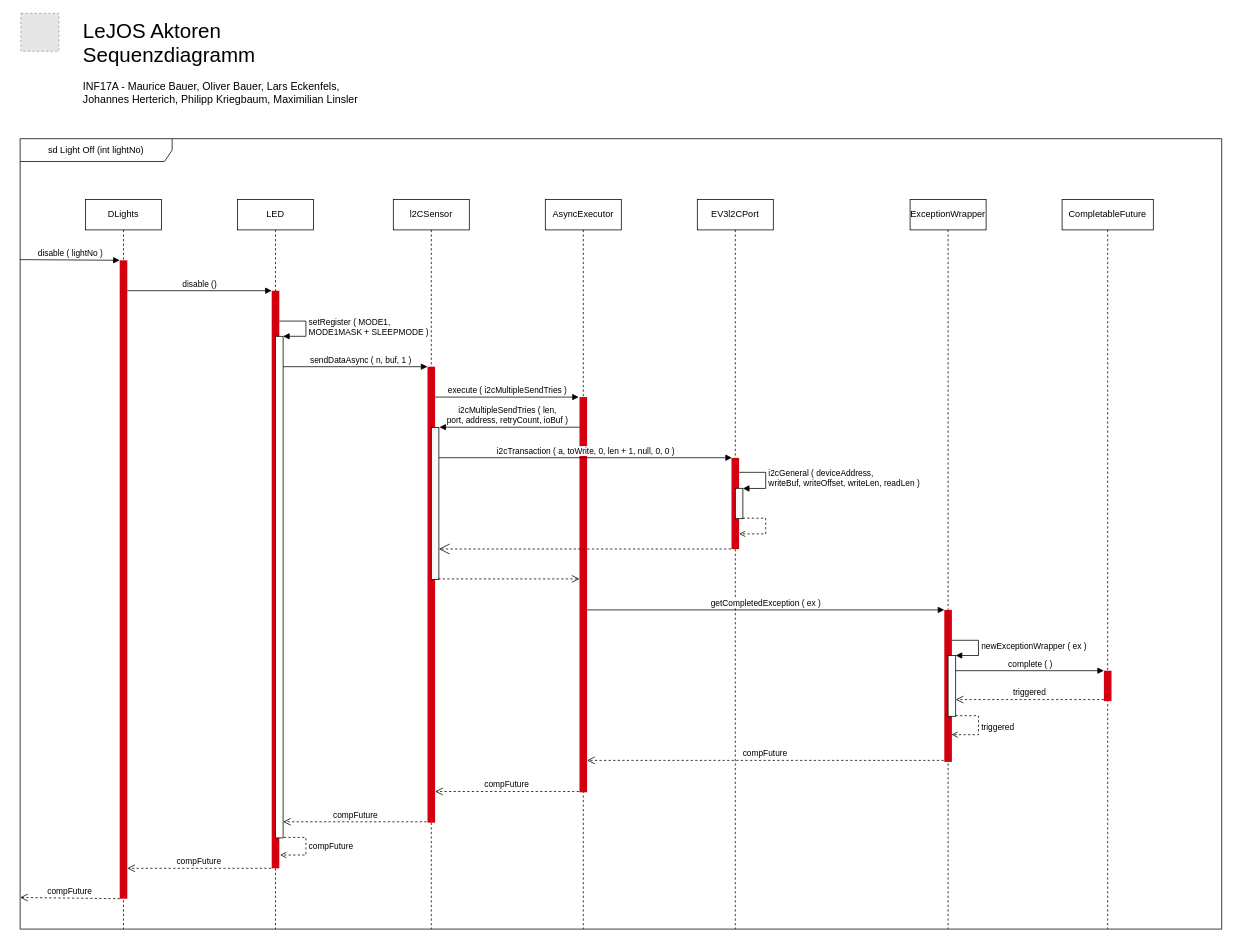
Above: diagrams/sd_Licht_aus.drawio in herterjo/lejos-ev3 (draw.io), before the change. Source tidied: cells renumbered, new cells numbered last; positions are measured from the earlier drawing's top-left corner, leaving out a move shared by most shapes. Both pictures are drawn from the tidied source at 76%, with x=0, y=0 at pixel (20, 13). Pictures stored in the file or linked from it are replaced by grey dashed boxes.
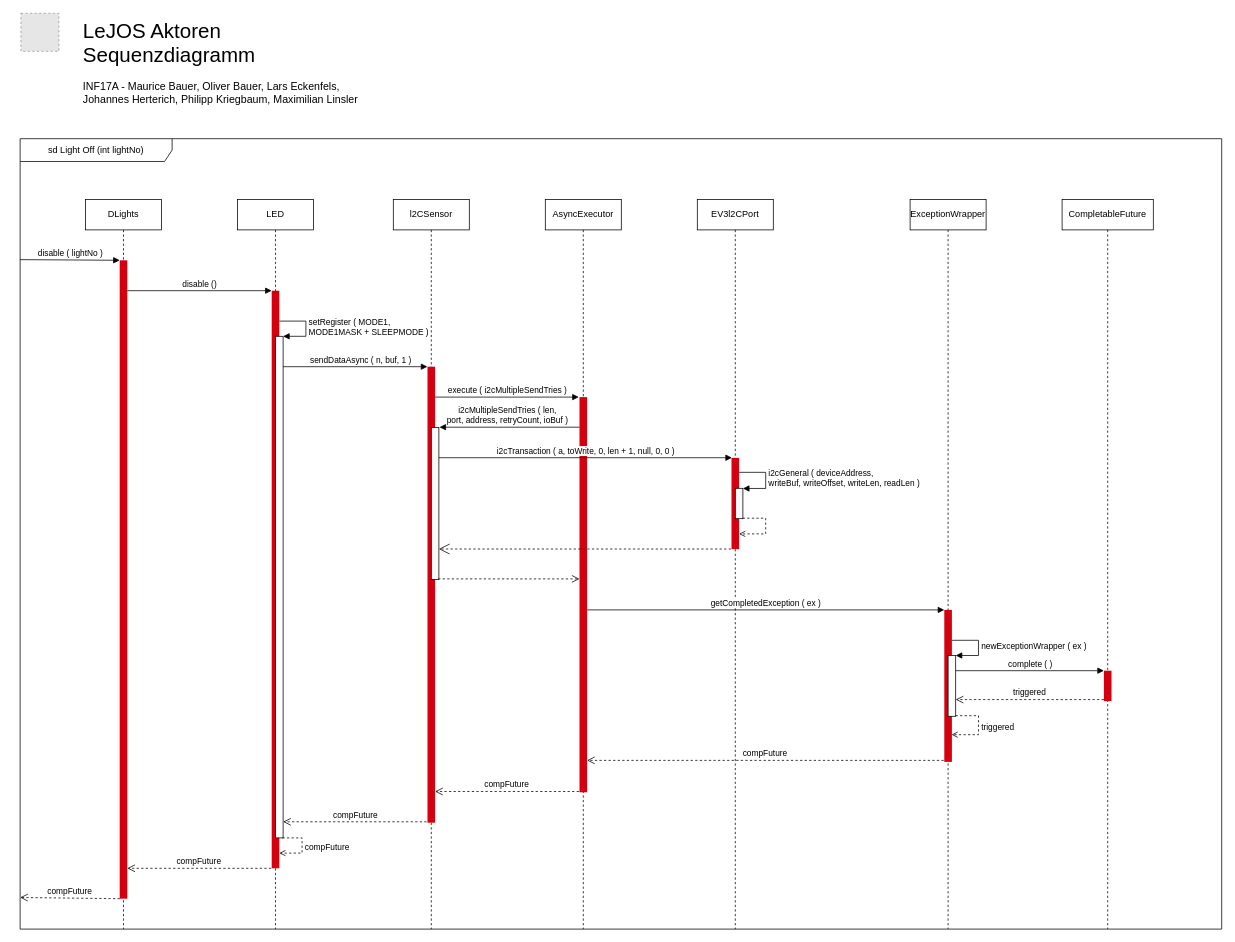
Above is the later version.

Commit message (it also covers changes not shown here):
Sequenzdiagramme Licht an/aus fix

The change refers to these unchanged cells:
```xml
<mxCell id="12" value="LED" style="shape=umlLifeline;perimeter=lifelinePerimeter;whiteSpace=wrap;html=1;" parent="1" vertex="1">
  <mxGeometry x="286" y="245" width="100" height="960" as="geometry" />
</mxCell>
<mxCell id="13" style="html=1;points=[];perimeter=orthogonalPerimeter;fillColor=#D4000F;strokeColor=none;" parent="12" vertex="1">
  <mxGeometry x="45" y="120" width="10" height="760" as="geometry" />
</mxCell>
<mxCell id="14" style="html=1;points=[];perimeter=orthogonalPerimeter;" parent="12" vertex="1">
  <mxGeometry x="50" y="180" width="10" height="660" as="geometry" />
</mxCell>
```

What changed in the source:
```diff
@@
-    <mxCell id="16" value="&#10;&#10;&lt;span style=&quot;color: rgb(0, 0, 0); font-family: Helvetica; font-size: 11px; font-style: normal; font-variant-ligatures: normal; font-variant-caps: normal; font-weight: 400; letter-spacing: normal; orphans: 2; text-align: center; text-indent: 0px; text-transform: none; widows: 2; word-spacing: 0px; -webkit-text-stroke-width: 0px; background-color: rgb(255, 255, 255); text-decoration-style: initial; text-decoration-color: initial; float: none; display: inline !important;&quot;&gt;compFuture&lt;/span&gt;&#10;&#10;" style="edgeStyle=elbowEdgeStyle;html=1;align=left;spacingLeft=2;endArrow=open;rounded=0;exitX=1.097;exitY=0.999;exitDx=0;exitDy=0;exitPerimeter=0;dashed=1;endFill=0;jumpSize=3;entryX=1.092;entryY=0.977;entryDx=0;entryDy=0;entryPerimeter=0;" parent="12" edge="1" source="14" target="13">
-      <mxGeometry x="-0.05" relative="1" as="geometry">
+    <mxCell id="16" value="&lt;span style=&quot;text-align: center&quot;&gt;compFuture&lt;/span&gt;" style="edgeStyle=elbowEdgeStyle;html=1;align=left;spacingLeft=2;endArrow=open;rounded=0;exitX=0.912;exitY=1;exitDx=0;exitDy=0;exitPerimeter=0;dashed=1;endFill=0;jumpSize=3;" parent="12" edge="1" source="14" target="13">
+      <mxGeometry relative="1" as="geometry">
         <Array as="points">
-          <mxPoint x="90" y="950" />
-          <mxPoint x="85" y="950.7" />
+          <mxPoint x="85" y="860" />
+          <mxPoint x="92.7" y="850.8" />
+          <mxPoint x="87.7" y="811.5" />
         </Array>
       </mxGeometry>
     </mxCell>
```
